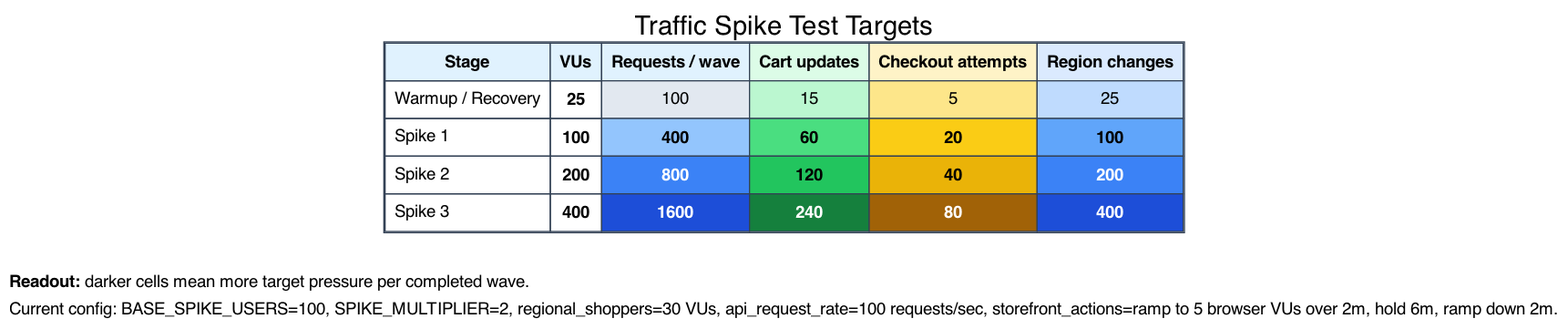
Before: docs/graphviz/traffic-spike-target-heatmap.png, a diagram exported from Graphviz (orenlion1/ensemble-retail). Its source is kept beside it as docs/graphviz/traffic-spike-target-heatmap.dot.
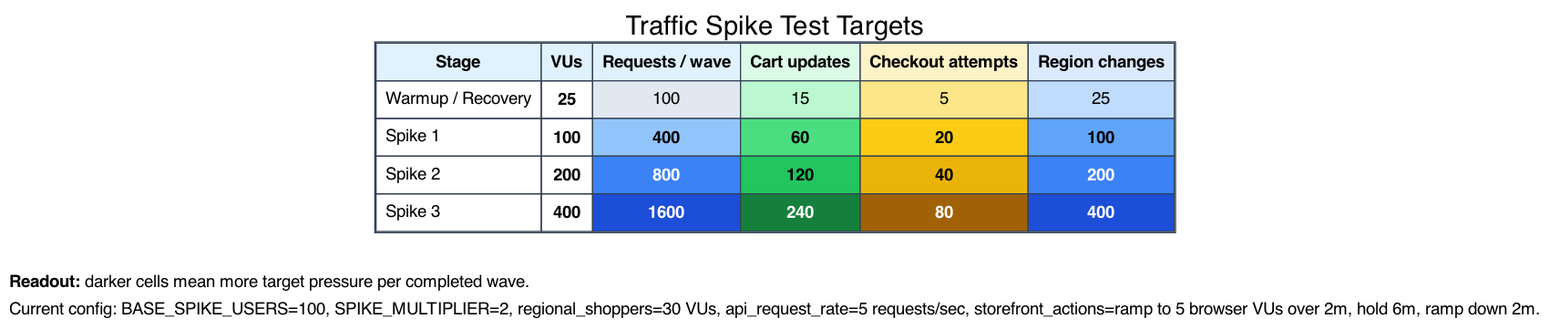
Later version of the same file.

The edit, as a diff of the source:
```diff
@@ -16,7 +16,7 @@
   target_note [label=<
     <TABLE BORDER="0" CELLBORDER="0" CELLSPACING="0" CELLPADDING="4">
       <TR><TD ALIGN="LEFT"><B>Readout:</B> darker cells mean more target pressure per completed wave.</TD></TR>
-      <TR><TD ALIGN="LEFT">Current config: BASE_SPIKE_USERS=100, SPIKE_MULTIPLIER=2, regional_shoppers=30 VUs, api_request_rate=100 requests/sec, storefront_actions=ramp to 5 browser VUs over 2m, hold 6m, ramp down 2m.</TD></TR>
+      <TR><TD ALIGN="LEFT">Current config: BASE_SPIKE_USERS=100, SPIKE_MULTIPLIER=2, regional_shoppers=30 VUs, api_request_rate=5 requests/sec, storefront_actions=ramp to 5 browser VUs over 2m, hold 6m, ramp down 2m.</TD></TR>
     </TABLE>
   >];
 
```
